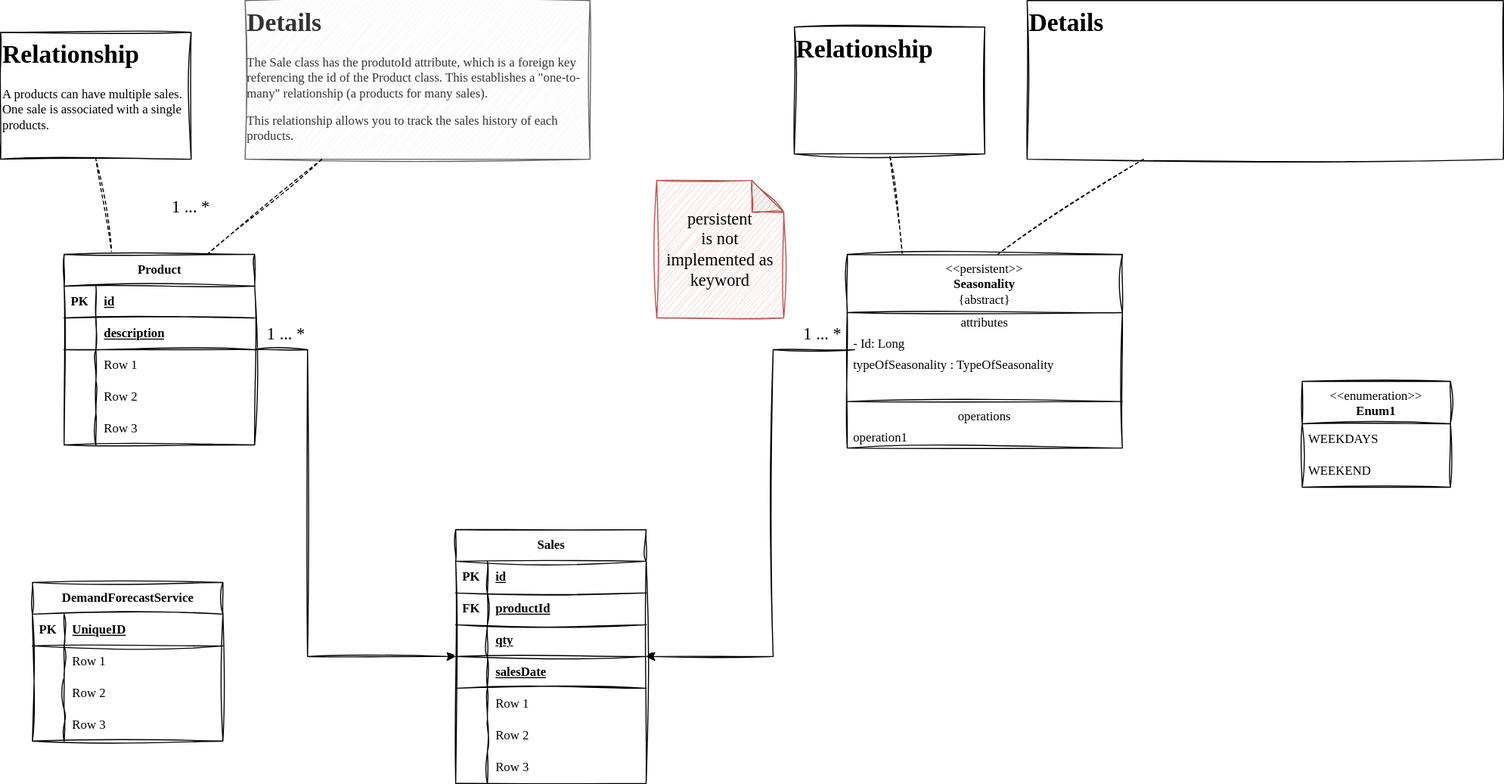
Before: StockWise.drawio.svg, a diagram exported from draw.io (sergio-oliveira-br/StockWise). Source tidied: cells renumbered, new cells last; positions are measured from the earlier drawing's top-left corner, leaving out a move shared by most shapes.
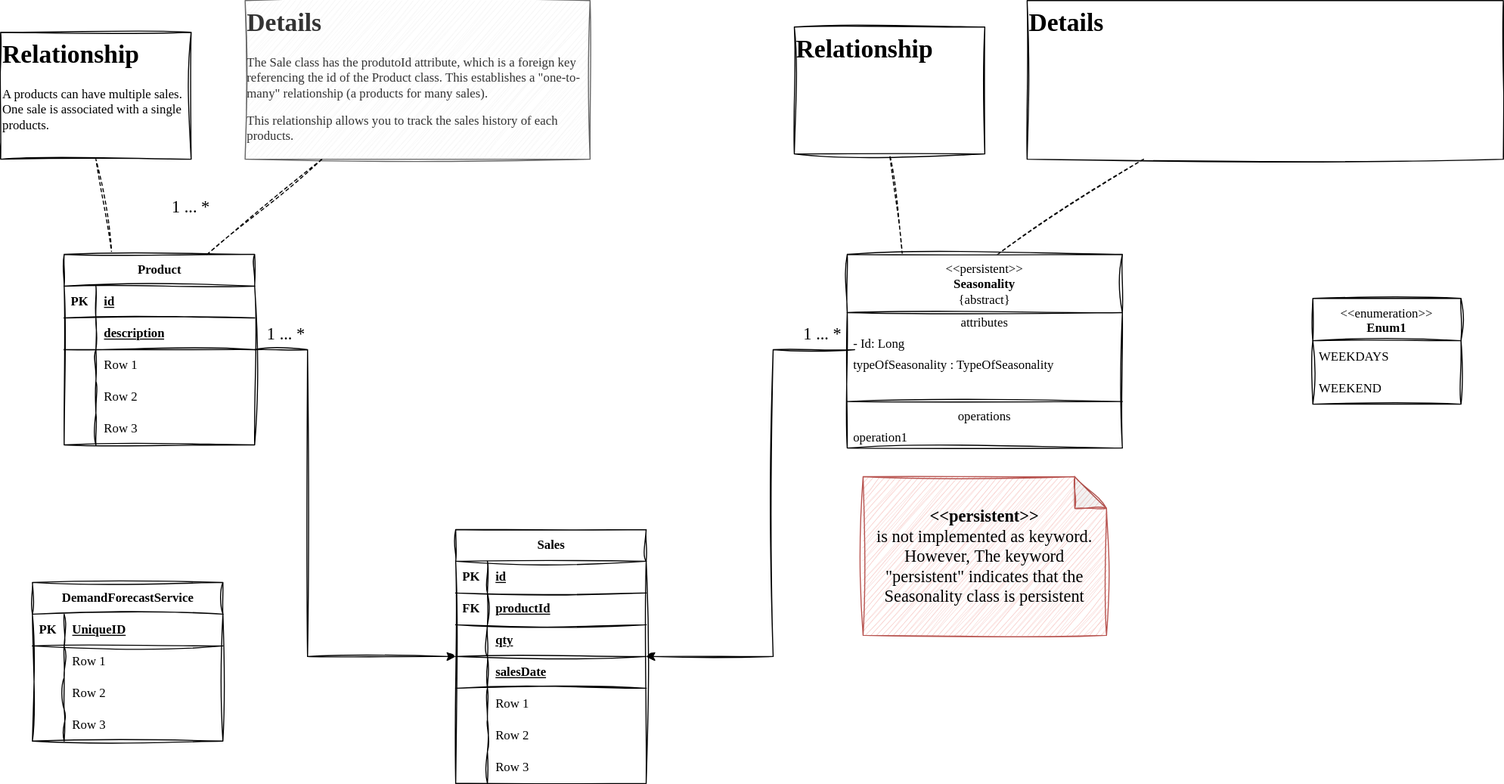
After the commit.

The edit, as a diff of the source:
```diff
@@ -234,7 +234,7 @@
       <mxGeometry y="163" width="260" height="20" as="geometry" />
     </mxCell>
     <mxCell id="74" value="&amp;lt;&amp;lt;enumeration&amp;gt;&amp;gt;&lt;br&gt;&lt;b&gt;Enum1&lt;/b&gt;" style="swimlane;fontStyle=0;align=center;verticalAlign=top;horizontal=1;startSize=40;html=1;whiteSpace=wrap;sketch=1;hachureGap=4;jiggle=2;curveFitting=1;fontFamily=Architects Daughter;fontSource=https%3A%2F%2Ffonts.googleapis.com%2Fcss%3Ffamily%3DArchitects%2BDaughter;" parent="1" vertex="1">
-      <mxGeometry x="1230" y="360" width="140" height="100" as="geometry" />
+      <mxGeometry x="1240" y="281.5" width="140" height="100" as="geometry" />
     </mxCell>
     <mxCell id="75" value="WEEKDAYS" style="text;html=1;strokeColor=none;fillColor=none;align=left;verticalAlign=middle;spacingLeft=4;spacingRight=4;overflow=hidden;whiteSpace=wrap;fontFamily=Architects Daughter;fontSource=https%3A%2F%2Ffonts.googleapis.com%2Fcss%3Ffamily%3DArchitects%2BDaughter;" parent="74" vertex="1">
       <mxGeometry y="40" width="140" height="30" as="geometry" />
@@ -242,8 +242,8 @@
     <mxCell id="76" value="WEEKEND" style="text;html=1;strokeColor=none;fillColor=none;align=left;verticalAlign=middle;spacingLeft=4;spacingRight=4;overflow=hidden;whiteSpace=wrap;fontFamily=Architects Daughter;fontSource=https%3A%2F%2Ffonts.googleapis.com%2Fcss%3Ffamily%3DArchitects%2BDaughter;" parent="74" vertex="1">
       <mxGeometry y="70" width="140" height="30" as="geometry" />
     </mxCell>
-    <mxCell id="77" value="&lt;span style=&quot;text-align: start; font-size: medium;&quot;&gt;persistent&lt;/span&gt;&lt;div&gt;&lt;span style=&quot;text-align: start; font-size: medium;&quot;&gt;is not implemented as keyword&lt;/span&gt;&lt;/div&gt;" style="shape=note;whiteSpace=wrap;html=1;backgroundOutline=1;darkOpacity=0.05;sketch=1;hachureGap=4;jiggle=2;curveFitting=1;fontFamily=Architects Daughter;fontSource=https%3A%2F%2Ffonts.googleapis.com%2Fcss%3Ffamily%3DArchitects%2BDaughter;fillColor=#f8cecc;strokeColor=#b85450;" parent="1" vertex="1">
-      <mxGeometry x="620" y="170" width="120" height="130" as="geometry" />
+    <mxCell id="77" value="&lt;span style=&quot;text-align: start; font-size: medium;&quot;&gt;&lt;b&gt;&amp;lt;&amp;lt;persistent&amp;gt;&amp;gt;&lt;/b&gt;&lt;/span&gt;&lt;div&gt;&lt;span style=&quot;text-align: start; font-size: medium;&quot;&gt;is not implemented as keyword. However,&amp;nbsp;&lt;/span&gt;&lt;font size=&quot;3&quot;&gt;The keyword &quot;persistent&quot; indicates that the Seasonality class is persistent&lt;/font&gt;&lt;/div&gt;" style="shape=note;whiteSpace=wrap;html=1;backgroundOutline=1;darkOpacity=0.05;sketch=1;hachureGap=4;jiggle=2;curveFitting=1;fontFamily=Architects Daughter;fontSource=https%3A%2F%2Ffonts.googleapis.com%2Fcss%3Ffamily%3DArchitects%2BDaughter;fillColor=#f8cecc;strokeColor=#b85450;" parent="1" vertex="1">
+      <mxGeometry x="815" y="450" width="230" height="150" as="geometry" />
     </mxCell>
   </root>
 </mxGraphModel>
```
